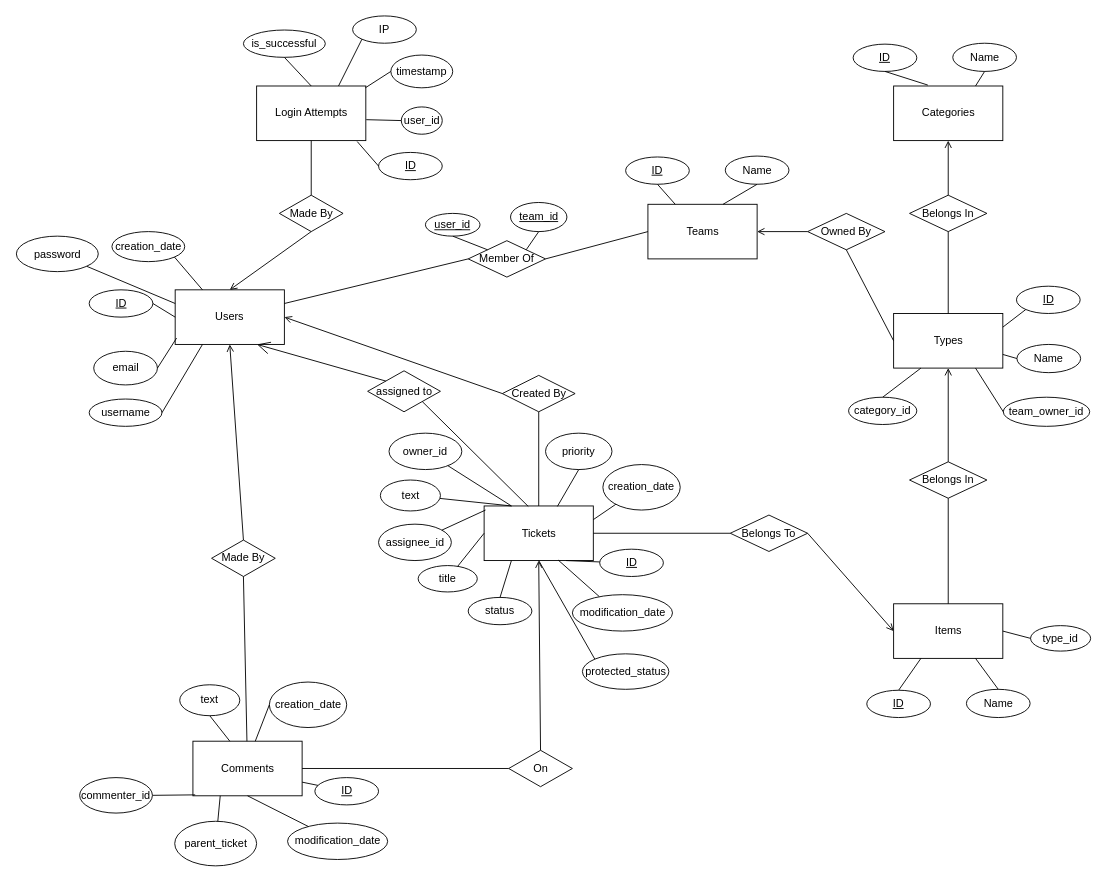
CS157-26/CS157-26 keeps this draw.io diagram as docs/ER Diagram/ER Diagram Draft.drawio. Above is the earlier version. Source tidied: cells renumbered, new cells numbered last; positions are measured from the earlier drawing's top-left corner, leaving out a move shared by most shapes. Both pictures are drawn from the tidied source at 91%, with x=0, y=0 at pixel (15, 15).
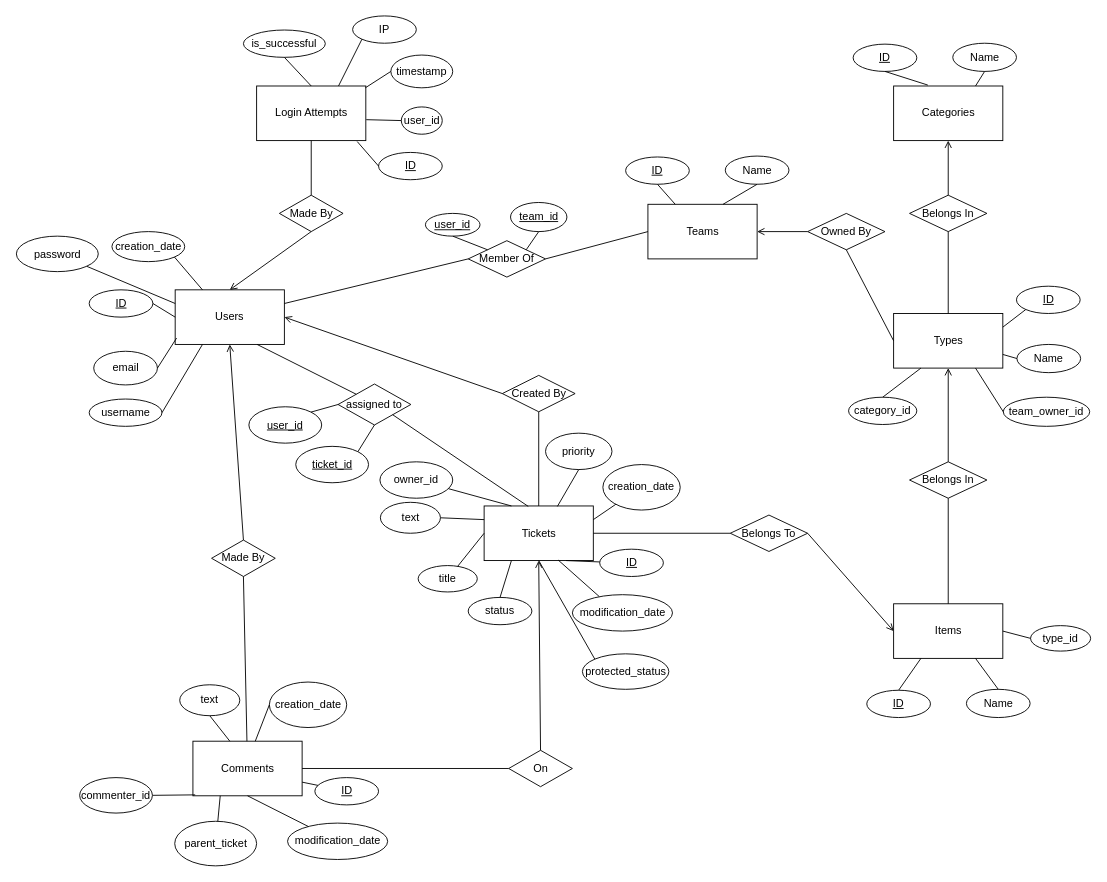
After the change.

Commit message (it also covers changes not shown here):
more work on ER diagram and descriptions

The change refers to these unchanged cells:
```xml
<mxCell id="3" value="Users" style="rounded=0;whiteSpace=wrap;html=1;" parent="1" vertex="1">
  <mxGeometry x="175" y="301" width="120" height="60" as="geometry" />
</mxCell>
<mxCell id="6" value="Tickets" style="rounded=0;whiteSpace=wrap;html=1;" parent="1" vertex="1">
  <mxGeometry x="514.5" y="538.5" width="120" height="60" as="geometry" />
</mxCell>
```

The edit, as a diff of the source:
```diff
@@
+    <mxCell id="90" style="edgeStyle=none;rounded=0;jettySize=auto;html=1;exitX=1;exitY=0.5;exitDx=0;exitDy=0;entryX=0;entryY=0.25;entryDx=0;entryDy=0;endArrow=none;endFill=0;" parent="1" edge="1" source="83" target="6">
+      <mxGeometry relative="1" as="geometry" />
+    </mxCell>
     <mxCell id="83" value="text" style="ellipse;whiteSpace=wrap;html=1;" parent="1" vertex="1">
-      <mxGeometry x="400.5" y="510" width="66" height="34" as="geometry" />
+      <mxGeometry x="400.5" y="534.5" width="66" height="34" as="geometry" />
     </mxCell>
@@
-    <mxCell id="90" style="endArrow=none;html=1;entryX=0.25;entryY=0;entryDx=0;entryDy=0;" parent="1" edge="1" source="83" target="6">
-      <mxGeometry relative="1" as="geometry" />
-    </mxCell>
@@
     <mxCell id="99" value="owner_id" style="ellipse;whiteSpace=wrap;html=1;" parent="1" vertex="1">
-      <mxGeometry x="410" y="458.5" width="80" height="40" as="geometry" />
+      <mxGeometry x="400" y="490" width="80" height="40" as="geometry" />
     </mxCell>
-    <mxCell id="100" value="assignee_id" style="ellipse;whiteSpace=wrap;html=1;" parent="1" vertex="1">
-      <mxGeometry x="398.5" y="558.5" width="80" height="40" as="geometry" />
+    <mxCell id="100" value="&lt;u&gt;user_id&lt;/u&gt;" style="ellipse;whiteSpace=wrap;html=1;" parent="1" vertex="1">
+      <mxGeometry x="256" y="429.5" width="80" height="40" as="geometry" />
     </mxCell>
-    <mxCell id="101" style="endArrow=none;html=1;entryX=0.013;entryY=0.075;entryDx=0;entryDy=0;entryPerimeter=0;" parent="1" edge="1" source="100" target="6">
-      <mxGeometry relative="1" as="geometry" />
-    </mxCell>
@@
     <mxCell id="103" value="assigned to" style="rhombus;whiteSpace=wrap;html=1;" parent="1" vertex="1">
-      <mxGeometry x="386.5" y="390" width="80" height="45" as="geometry" />
+      <mxGeometry x="354" y="404.5" width="80" height="45" as="geometry" />
     </mxCell>
@@
-    <mxCell id="105" style="endArrow=open;endFill=1;endSize=12;html=1;exitX=0;exitY=0;exitDx=0;exitDy=0;entryX=0.75;entryY=1;entryDx=0;entryDy=0;" parent="1" edge="1" source="103" target="3">
+    <mxCell id="105" style="endArrow=none;endFill=0;endSize=12;html=1;exitX=0;exitY=0;exitDx=0;exitDy=0;entryX=0.75;entryY=1;entryDx=0;entryDy=0;" parent="1" edge="1" source="103" target="3">
       <mxGeometry relative="1" as="geometry" />
     </mxCell>
@@
+    <mxCell id="118" style="rounded=0;jettySize=auto;html=1;exitX=1;exitY=0;exitDx=0;exitDy=0;entryX=0.5;entryY=1;entryDx=0;entryDy=0;endArrow=none;endFill=0;" parent="1" edge="1" source="119" target="103">
+      <mxGeometry relative="1" as="geometry" />
+    </mxCell>
+    <mxCell id="119" value="&lt;u&gt;ticket_id&lt;/u&gt;" style="ellipse;whiteSpace=wrap;html=1;" parent="1" vertex="1">
+      <mxGeometry x="307.5" y="473" width="80" height="40" as="geometry" />
+    </mxCell>
+    <mxCell id="120" style="endArrow=none;html=1;entryX=0;entryY=0.5;entryDx=0;entryDy=0;exitX=1;exitY=0;exitDx=0;exitDy=0;" parent="1" edge="1" source="100" target="103">
+      <mxGeometry relative="1" as="geometry" />
+    </mxCell>
```
